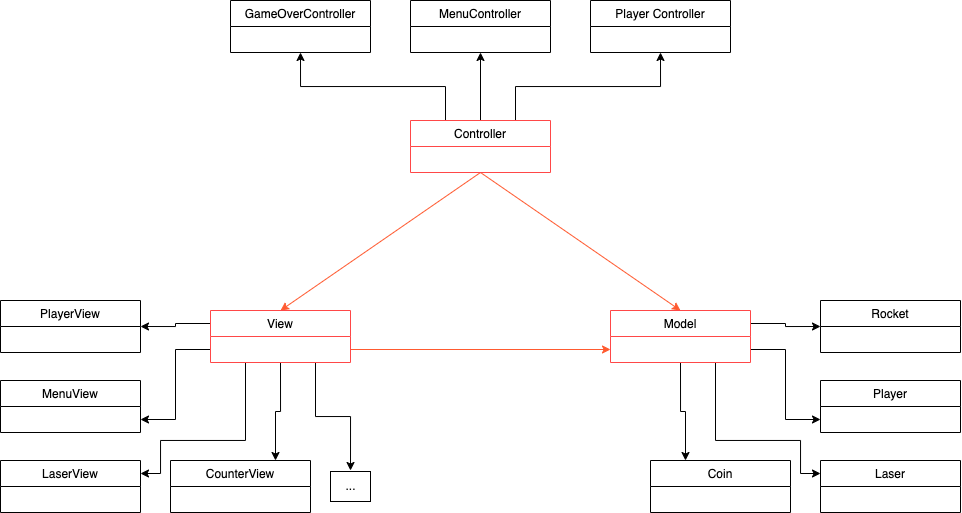
afs202005277/JetpackJoyride keeps this draw.io diagram as docs/Images/UMLs/MVC_UML.png. Above is the earlier version. Source tidied: cells renumbered, new cells last; positions are measured from the earlier drawing's top-left corner, leaving out a move shared by most shapes. Source of this version:
```xml
<mxGraphModel>
  <root>
    <mxCell id="0" />
    <mxCell id="1" parent="0" />
    <mxCell id="2" style="edgeStyle=orthogonalEdgeStyle;rounded=0;jettySize=auto;html=1;exitX=0.25;exitY=0;exitDx=0;exitDy=0;entryX=0.5;entryY=1;entryDx=0;entryDy=0;" parent="1" edge="1" source="7" target="8">
      <mxGeometry relative="1" as="geometry" />
    </mxCell>
    <mxCell id="3" style="edgeStyle=orthogonalEdgeStyle;rounded=0;jettySize=auto;html=1;exitX=0.5;exitY=0;exitDx=0;exitDy=0;entryX=0.5;entryY=1;entryDx=0;entryDy=0;" parent="1" edge="1" source="7" target="9">
      <mxGeometry relative="1" as="geometry" />
    </mxCell>
    <mxCell id="4" style="edgeStyle=orthogonalEdgeStyle;rounded=0;jettySize=auto;html=1;exitX=0.75;exitY=0;exitDx=0;exitDy=0;entryX=0.5;entryY=1;entryDx=0;entryDy=0;" parent="1" edge="1" source="7" target="10">
      <mxGeometry relative="1" as="geometry" />
    </mxCell>
    <mxCell id="5" style="rounded=0;jettySize=auto;html=1;exitX=0.5;exitY=1;exitDx=0;exitDy=0;entryX=0.5;entryY=0;entryDx=0;entryDy=0;strokeColor=#FF5A30;" parent="1" edge="1" source="7" target="17">
      <mxGeometry relative="1" as="geometry" />
    </mxCell>
    <mxCell id="6" style="edgeStyle=none;rounded=0;jettySize=auto;html=1;exitX=0.5;exitY=1;exitDx=0;exitDy=0;entryX=0.5;entryY=0;entryDx=0;entryDy=0;strokeColor=#FF5A30;" parent="1" edge="1" source="7" target="22">
      <mxGeometry relative="1" as="geometry" />
    </mxCell>
    <mxCell id="7" value="Controller" style="swimlane;fontStyle=0;horizontal=1;startSize=26;fillColor=none;strokeColor=#FF4747;" parent="1" vertex="1">
      <mxGeometry x="410" y="120" width="140" height="52" as="geometry" />
    </mxCell>
    <mxCell id="8" value="GameOverController" style="swimlane;fontStyle=0;horizontal=1;startSize=26;fillColor=none;" parent="1" vertex="1">
      <mxGeometry x="230" width="140" height="52" as="geometry" />
    </mxCell>
    <mxCell id="9" value="MenuController" style="swimlane;fontStyle=0;horizontal=1;startSize=26;fillColor=none;" parent="1" vertex="1">
      <mxGeometry x="410" width="140" height="52" as="geometry" />
    </mxCell>
    <mxCell id="10" value="Player Controller" style="swimlane;fontStyle=0;horizontal=1;startSize=26;fillColor=none;" parent="1" vertex="1">
      <mxGeometry x="590" width="140" height="52" as="geometry" />
    </mxCell>
    <mxCell id="11" style="edgeStyle=orthogonalEdgeStyle;rounded=0;jettySize=auto;html=1;exitX=0.5;exitY=1;exitDx=0;exitDy=0;entryX=0.75;entryY=0;entryDx=0;entryDy=0;" parent="1" edge="1" source="17" target="26">
      <mxGeometry relative="1" as="geometry" />
    </mxCell>
    <mxCell id="12" style="edgeStyle=orthogonalEdgeStyle;rounded=0;jettySize=auto;html=1;exitX=0.25;exitY=1;exitDx=0;exitDy=0;entryX=1;entryY=0.25;entryDx=0;entryDy=0;" parent="1" edge="1" source="17" target="25">
      <mxGeometry relative="1" as="geometry">
        <Array as="points">
          <mxPoint x="245" y="440" />
          <mxPoint x="160" y="440" />
          <mxPoint x="160" y="473" />
        </Array>
      </mxGeometry>
    </mxCell>
    <mxCell id="13" style="edgeStyle=orthogonalEdgeStyle;rounded=0;jettySize=auto;html=1;exitX=0;exitY=0.75;exitDx=0;exitDy=0;entryX=1;entryY=0.75;entryDx=0;entryDy=0;" parent="1" edge="1" source="17" target="24">
      <mxGeometry relative="1" as="geometry" />
    </mxCell>
    <mxCell id="14" style="edgeStyle=orthogonalEdgeStyle;rounded=0;jettySize=auto;html=1;exitX=0;exitY=0.25;exitDx=0;exitDy=0;entryX=1;entryY=0.5;entryDx=0;entryDy=0;" parent="1" edge="1" source="17" target="23">
      <mxGeometry relative="1" as="geometry" />
    </mxCell>
    <mxCell id="15" style="edgeStyle=orthogonalEdgeStyle;rounded=0;jettySize=auto;html=1;exitX=0.75;exitY=1;exitDx=0;exitDy=0;" parent="1" edge="1" source="17">
      <mxGeometry relative="1" as="geometry">
        <mxPoint x="350" y="470" as="targetPoint" />
      </mxGeometry>
    </mxCell>
    <mxCell id="16" style="edgeStyle=none;rounded=0;jettySize=auto;html=1;exitX=1;exitY=0.75;exitDx=0;exitDy=0;entryX=0;entryY=0.75;entryDx=0;entryDy=0;strokeColor=#FF5A30;" parent="1" edge="1" source="17" target="22">
      <mxGeometry relative="1" as="geometry" />
    </mxCell>
    <mxCell id="17" value="View" style="swimlane;fontStyle=0;horizontal=1;startSize=26;fillColor=none;strokeColor=#FF4747;" parent="1" vertex="1">
      <mxGeometry x="210" y="310" width="140" height="52" as="geometry" />
    </mxCell>
    <mxCell id="18" style="edgeStyle=orthogonalEdgeStyle;rounded=0;jettySize=auto;html=1;exitX=0.5;exitY=1;exitDx=0;exitDy=0;entryX=0.25;entryY=0;entryDx=0;entryDy=0;" parent="1" edge="1" source="22" target="28">
      <mxGeometry relative="1" as="geometry" />
    </mxCell>
    <mxCell id="19" style="edgeStyle=orthogonalEdgeStyle;rounded=0;jettySize=auto;html=1;exitX=0.75;exitY=1;exitDx=0;exitDy=0;entryX=0;entryY=0.25;entryDx=0;entryDy=0;" parent="1" edge="1" source="22" target="29">
      <mxGeometry relative="1" as="geometry">
        <Array as="points">
          <mxPoint x="715" y="440" />
          <mxPoint x="800" y="440" />
          <mxPoint x="800" y="473" />
        </Array>
      </mxGeometry>
    </mxCell>
    <mxCell id="20" style="edgeStyle=orthogonalEdgeStyle;rounded=0;jettySize=auto;html=1;exitX=1;exitY=0.75;exitDx=0;exitDy=0;entryX=0;entryY=0.75;entryDx=0;entryDy=0;" parent="1" edge="1" source="22" target="30">
      <mxGeometry relative="1" as="geometry" />
    </mxCell>
    <mxCell id="21" style="edgeStyle=orthogonalEdgeStyle;rounded=0;jettySize=auto;html=1;exitX=1;exitY=0.25;exitDx=0;exitDy=0;entryX=0;entryY=0.5;entryDx=0;entryDy=0;" parent="1" edge="1" source="22" target="31">
      <mxGeometry relative="1" as="geometry" />
    </mxCell>
    <mxCell id="22" value="Model" style="swimlane;fontStyle=0;horizontal=1;startSize=26;fillColor=none;strokeColor=#FF4747;" parent="1" vertex="1">
      <mxGeometry x="610" y="310" width="140" height="52" as="geometry" />
    </mxCell>
    <mxCell id="23" value="PlayerView" style="swimlane;fontStyle=0;horizontal=1;startSize=26;fillColor=none;" parent="1" vertex="1">
      <mxGeometry y="300" width="140" height="52" as="geometry" />
    </mxCell>
    <mxCell id="24" value="MenuView" style="swimlane;fontStyle=0;horizontal=1;startSize=26;fillColor=none;" parent="1" vertex="1">
      <mxGeometry y="380" width="140" height="52" as="geometry" />
    </mxCell>
    <mxCell id="25" value="LaserView" style="swimlane;fontStyle=0;horizontal=1;startSize=26;fillColor=none;" parent="1" vertex="1">
      <mxGeometry y="460" width="140" height="52" as="geometry" />
    </mxCell>
    <mxCell id="26" value="CounterView" style="swimlane;fontStyle=0;horizontal=1;startSize=26;fillColor=none;" parent="1" vertex="1">
      <mxGeometry x="170" y="460" width="140" height="52" as="geometry" />
    </mxCell>
    <mxCell id="27" value="..." style="html=1;fillColor=none;" parent="1" vertex="1">
      <mxGeometry x="330" y="471" width="40" height="30" as="geometry" />
    </mxCell>
    <mxCell id="28" value="Coin" style="swimlane;fontStyle=0;horizontal=1;startSize=26;fillColor=none;" parent="1" vertex="1">
      <mxGeometry x="650" y="460" width="140" height="52" as="geometry" />
    </mxCell>
    <mxCell id="29" value="Laser" style="swimlane;fontStyle=0;horizontal=1;startSize=26;fillColor=none;" parent="1" vertex="1">
      <mxGeometry x="820" y="460" width="140" height="52" as="geometry" />
    </mxCell>
    <mxCell id="30" value="Player" style="swimlane;fontStyle=0;horizontal=1;startSize=26;fillColor=none;" parent="1" vertex="1">
      <mxGeometry x="820" y="380" width="140" height="52" as="geometry" />
    </mxCell>
    <mxCell id="31" value="Rocket" style="swimlane;fontStyle=0;horizontal=1;startSize=26;fillColor=none;" parent="1" vertex="1">
      <mxGeometry x="820" y="300" width="140" height="52" as="geometry" />
    </mxCell>
  </root>
</mxGraphModel>
```
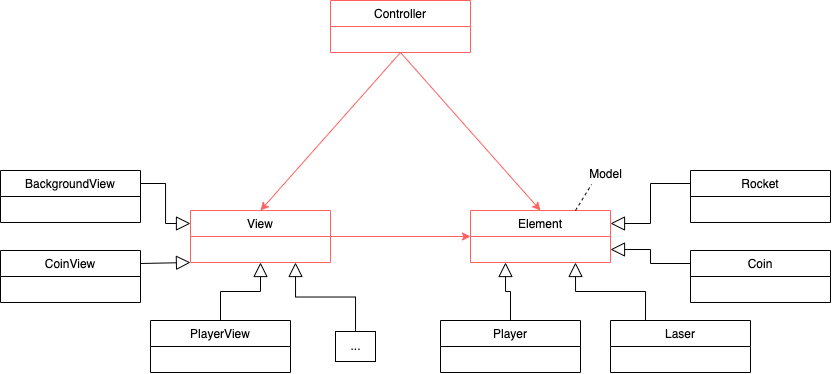
The same file after the commit.

Diff of the diagram source:
```diff
@@ -2,109 +2,77 @@
   <root>
     <mxCell id="0" />
     <mxCell id="1" parent="0" />
-    <mxCell id="2" style="edgeStyle=orthogonalEdgeStyle;rounded=0;jettySize=auto;html=1;exitX=0.25;exitY=0;exitDx=0;exitDy=0;entryX=0.5;entryY=1;entryDx=0;entryDy=0;" parent="1" edge="1" source="7" target="8">
-      <mxGeometry relative="1" as="geometry" />
-    </mxCell>
-    <mxCell id="3" style="edgeStyle=orthogonalEdgeStyle;rounded=0;jettySize=auto;html=1;exitX=0.5;exitY=0;exitDx=0;exitDy=0;entryX=0.5;entryY=1;entryDx=0;entryDy=0;" parent="1" edge="1" source="7" target="9">
-      <mxGeometry relative="1" as="geometry" />
-    </mxCell>
-    <mxCell id="4" style="edgeStyle=orthogonalEdgeStyle;rounded=0;jettySize=auto;html=1;exitX=0.75;exitY=0;exitDx=0;exitDy=0;entryX=0.5;entryY=1;entryDx=0;entryDy=0;" parent="1" edge="1" source="7" target="10">
-      <mxGeometry relative="1" as="geometry" />
-    </mxCell>
-    <mxCell id="5" style="rounded=0;jettySize=auto;html=1;exitX=0.5;exitY=1;exitDx=0;exitDy=0;entryX=0.5;entryY=0;entryDx=0;entryDy=0;strokeColor=#FF5A30;" parent="1" edge="1" source="7" target="17">
+    <mxCell id="5" style="rounded=0;jettySize=auto;html=1;exitX=0.5;exitY=1;exitDx=0;exitDy=0;entryX=0.5;entryY=0;entryDx=0;entryDy=0;strokeColor=#FF6161;" parent="1" edge="1" source="7" target="17">
       <mxGeometry relative="1" as="geometry" />
     </mxCell>
-    <mxCell id="6" style="edgeStyle=none;rounded=0;jettySize=auto;html=1;exitX=0.5;exitY=1;exitDx=0;exitDy=0;entryX=0.5;entryY=0;entryDx=0;entryDy=0;strokeColor=#FF5A30;" parent="1" edge="1" source="7" target="22">
-      <mxGeometry relative="1" as="geometry" />
-    </mxCell>
+    <mxCell id="32" style="edgeStyle=none;rounded=0;jettySize=auto;html=1;exitX=0.5;exitY=1;exitDx=0;exitDy=0;entryX=0.5;entryY=0;entryDx=0;entryDy=0;strokeColor=#FF6161;" parent="1" edge="1" source="7" target="34">
+      <mxGeometry relative="1" as="geometry" />
+    </mxCell>
-    <mxCell id="7" value="Controller" style="swimlane;fontStyle=0;horizontal=1;startSize=26;fillColor=none;strokeColor=#FF4747;" parent="1" vertex="1">
-      <mxGeometry x="410" y="120" width="140" height="52" as="geometry" />
+    <mxCell id="7" value="Controller" style="swimlane;fontStyle=0;horizontal=1;startSize=26;fillColor=none;strokeColor=#FF6161;" parent="1" vertex="1">
+      <mxGeometry x="460" y="150" width="140" height="52" as="geometry" />
     </mxCell>
-    <mxCell id="8" value="GameOverController" style="swimlane;fontStyle=0;horizontal=1;startSize=26;fillColor=none;" parent="1" vertex="1">
-      <mxGeometry x="230" width="140" height="52" as="geometry" />
-    </mxCell>
-    <mxCell id="9" value="MenuController" style="swimlane;fontStyle=0;horizontal=1;startSize=26;fillColor=none;" parent="1" vertex="1">
-      <mxGeometry x="410" width="140" height="52" as="geometry" />
-    </mxCell>
-    <mxCell id="10" value="Player Controller" style="swimlane;fontStyle=0;horizontal=1;startSize=26;fillColor=none;" parent="1" vertex="1">
-      <mxGeometry x="590" width="140" height="52" as="geometry" />
-    </mxCell>
-    <mxCell id="11" style="edgeStyle=orthogonalEdgeStyle;rounded=0;jettySize=auto;html=1;exitX=0.5;exitY=1;exitDx=0;exitDy=0;entryX=0.75;entryY=0;entryDx=0;entryDy=0;" parent="1" edge="1" source="17" target="26">
-      <mxGeometry relative="1" as="geometry" />
-    </mxCell>
-    <mxCell id="12" style="edgeStyle=orthogonalEdgeStyle;rounded=0;jettySize=auto;html=1;exitX=0.25;exitY=1;exitDx=0;exitDy=0;entryX=1;entryY=0.25;entryDx=0;entryDy=0;" parent="1" edge="1" source="17" target="25">
-      <mxGeometry relative="1" as="geometry">
-        <Array as="points">
-          <mxPoint x="245" y="440" />
-          <mxPoint x="160" y="440" />
-          <mxPoint x="160" y="473" />
-        </Array>
-      </mxGeometry>
-    </mxCell>
-    <mxCell id="13" style="edgeStyle=orthogonalEdgeStyle;rounded=0;jettySize=auto;html=1;exitX=0;exitY=0.75;exitDx=0;exitDy=0;entryX=1;entryY=0.75;entryDx=0;entryDy=0;" parent="1" edge="1" source="17" target="24">
-      <mxGeometry relative="1" as="geometry" />
-    </mxCell>
-    <mxCell id="14" style="edgeStyle=orthogonalEdgeStyle;rounded=0;jettySize=auto;html=1;exitX=0;exitY=0.25;exitDx=0;exitDy=0;entryX=1;entryY=0.5;entryDx=0;entryDy=0;" parent="1" edge="1" source="17" target="23">
-      <mxGeometry relative="1" as="geometry" />
-    </mxCell>
-    <mxCell id="15" style="edgeStyle=orthogonalEdgeStyle;rounded=0;jettySize=auto;html=1;exitX=0.75;exitY=1;exitDx=0;exitDy=0;" parent="1" edge="1" source="17">
-      <mxGeometry relative="1" as="geometry">
-        <mxPoint x="350" y="470" as="targetPoint" />
-      </mxGeometry>
-    </mxCell>
-    <mxCell id="16" style="edgeStyle=none;rounded=0;jettySize=auto;html=1;exitX=1;exitY=0.75;exitDx=0;exitDy=0;entryX=0;entryY=0.75;entryDx=0;entryDy=0;strokeColor=#FF5A30;" parent="1" edge="1" source="17" target="22">
-      <mxGeometry relative="1" as="geometry" />
-    </mxCell>
+    <mxCell id="33" style="edgeStyle=none;rounded=0;jettySize=auto;html=1;exitX=1;exitY=0.5;exitDx=0;exitDy=0;entryX=0;entryY=0.5;entryDx=0;entryDy=0;strokeColor=#FF6161;" parent="1" edge="1" source="17" target="34">
+      <mxGeometry relative="1" as="geometry" />
+    </mxCell>
-    <mxCell id="17" value="View" style="swimlane;fontStyle=0;horizontal=1;startSize=26;fillColor=none;strokeColor=#FF4747;" parent="1" vertex="1">
-      <mxGeometry x="210" y="310" width="140" height="52" as="geometry" />
+    <mxCell id="17" value="View" style="swimlane;fontStyle=0;horizontal=1;startSize=26;fillColor=none;strokeColor=#FF6161;" parent="1" vertex="1">
+      <mxGeometry x="320" y="360" width="140" height="52" as="geometry" />
     </mxCell>
-    <mxCell id="18" style="edgeStyle=orthogonalEdgeStyle;rounded=0;jettySize=auto;html=1;exitX=0.5;exitY=1;exitDx=0;exitDy=0;entryX=0.25;entryY=0;entryDx=0;entryDy=0;" parent="1" edge="1" source="22" target="28">
-      <mxGeometry relative="1" as="geometry" />
-    </mxCell>
-    <mxCell id="19" style="edgeStyle=orthogonalEdgeStyle;rounded=0;jettySize=auto;html=1;exitX=0.75;exitY=1;exitDx=0;exitDy=0;entryX=0;entryY=0.25;entryDx=0;entryDy=0;" parent="1" edge="1" source="22" target="29">
-      <mxGeometry relative="1" as="geometry">
-        <Array as="points">
-          <mxPoint x="715" y="440" />
-          <mxPoint x="800" y="440" />
-          <mxPoint x="800" y="473" />
-        </Array>
-      </mxGeometry>
-    </mxCell>
-    <mxCell id="20" style="edgeStyle=orthogonalEdgeStyle;rounded=0;jettySize=auto;html=1;exitX=1;exitY=0.75;exitDx=0;exitDy=0;entryX=0;entryY=0.75;entryDx=0;entryDy=0;" parent="1" edge="1" source="22" target="30">
-      <mxGeometry relative="1" as="geometry" />
-    </mxCell>
-    <mxCell id="21" style="edgeStyle=orthogonalEdgeStyle;rounded=0;jettySize=auto;html=1;exitX=1;exitY=0.25;exitDx=0;exitDy=0;entryX=0;entryY=0.5;entryDx=0;entryDy=0;" parent="1" edge="1" source="22" target="31">
-      <mxGeometry relative="1" as="geometry" />
-    </mxCell>
+    <mxCell id="34" value="Element" style="swimlane;fontStyle=0;horizontal=1;startSize=26;fillColor=none;strokeColor=#FF6161;" parent="1" vertex="1">
+      <mxGeometry x="600" y="360" width="140" height="52" as="geometry" />
+    </mxCell>
-    <mxCell id="22" value="Model" style="swimlane;fontStyle=0;horizontal=1;startSize=26;fillColor=none;strokeColor=#FF4747;" parent="1" vertex="1">
-      <mxGeometry x="610" y="310" width="140" height="52" as="geometry" />
+    <mxCell id="22" value="Model" style="text;html=1;align=center;verticalAlign=middle;points=[];strokeColor=none;fillColor=none;" parent="1" vertex="1">
+      <mxGeometry x="710" y="314" width="50" height="20" as="geometry" />
     </mxCell>
+    <mxCell id="35" style="endArrow=none;dashed=1;html=1;rounded=0;entryX=0.22;entryY=1;entryDx=0;entryDy=0;entryPerimeter=0;exitX=0.75;exitY=0;exitDx=0;exitDy=0;" parent="1" edge="1" source="34" target="22">
+      <mxGeometry relative="1" as="geometry" />
+    </mxCell>
+    <mxCell id="36" value="BackgroundView" style="swimlane;fontStyle=0;horizontal=1;startSize=26;fillColor=none;" parent="1" vertex="1">
+      <mxGeometry x="130" y="320" width="140" height="52" as="geometry" />
+    </mxCell>
+    <mxCell id="37" value="CoinView" style="swimlane;fontStyle=0;horizontal=1;startSize=26;fillColor=none;" parent="1" vertex="1">
+      <mxGeometry x="130" y="400" width="140" height="52" as="geometry" />
+    </mxCell>
     <mxCell id="23" value="PlayerView" style="swimlane;fontStyle=0;horizontal=1;startSize=26;fillColor=none;" parent="1" vertex="1">
-      <mxGeometry y="300" width="140" height="52" as="geometry" />
+      <mxGeometry x="280" y="470" width="140" height="52" as="geometry" />
     </mxCell>
-    <mxCell id="24" value="MenuView" style="swimlane;fontStyle=0;horizontal=1;startSize=26;fillColor=none;" parent="1" vertex="1">
-      <mxGeometry y="380" width="140" height="52" as="geometry" />
-    </mxCell>
-    <mxCell id="25" value="LaserView" style="swimlane;fontStyle=0;horizontal=1;startSize=26;fillColor=none;" parent="1" vertex="1">
-      <mxGeometry y="460" width="140" height="52" as="geometry" />
-    </mxCell>
-    <mxCell id="26" value="CounterView" style="swimlane;fontStyle=0;horizontal=1;startSize=26;fillColor=none;" parent="1" vertex="1">
-      <mxGeometry x="170" y="460" width="140" height="52" as="geometry" />
-    </mxCell>
-    <mxCell id="27" value="..." style="html=1;fillColor=none;" parent="1" vertex="1">
-      <mxGeometry x="330" y="471" width="40" height="30" as="geometry" />
+    <mxCell id="27" value="..." style="html=1;" parent="1" vertex="1">
+      <mxGeometry x="465" y="481" width="40" height="30" as="geometry" />
     </mxCell>
+    <mxCell id="38" style="endArrow=block;endFill=0;endSize=12;html=1;rounded=0;entryX=0.75;entryY=1;entryDx=0;entryDy=0;exitX=0.5;exitY=0;exitDx=0;exitDy=0;edgeStyle=orthogonalEdgeStyle;" parent="1" edge="1" source="27" target="17">
+      <mxGeometry relative="1" as="geometry" />
+    </mxCell>
+    <mxCell id="39" style="endArrow=block;endFill=0;endSize=12;html=1;rounded=0;entryX=0;entryY=1;entryDx=0;entryDy=0;exitX=1;exitY=0.25;exitDx=0;exitDy=0;" parent="1" edge="1" source="37" target="17">
+      <mxGeometry relative="1" as="geometry" />
+    </mxCell>
+    <mxCell id="40" style="endArrow=block;endFill=0;endSize=12;html=1;rounded=0;entryX=0.5;entryY=1;entryDx=0;entryDy=0;exitX=0.5;exitY=0;exitDx=0;exitDy=0;edgeStyle=orthogonalEdgeStyle;" parent="1" edge="1" source="23" target="17">
+      <mxGeometry relative="1" as="geometry" />
+    </mxCell>
+    <mxCell id="41" style="endArrow=block;endFill=0;endSize=12;html=1;rounded=0;entryX=0;entryY=0.25;entryDx=0;entryDy=0;exitX=1;exitY=0.25;exitDx=0;exitDy=0;edgeStyle=orthogonalEdgeStyle;" parent="1" edge="1" source="36" target="17">
+      <mxGeometry relative="1" as="geometry" />
+    </mxCell>
+    <mxCell id="31" value="Rocket" style="swimlane;fontStyle=0;horizontal=1;startSize=26;fillColor=none;" parent="1" vertex="1">
+      <mxGeometry x="820" y="320" width="140" height="52" as="geometry" />
+    </mxCell>
     <mxCell id="28" value="Coin" style="swimlane;fontStyle=0;horizontal=1;startSize=26;fillColor=none;" parent="1" vertex="1">
-      <mxGeometry x="650" y="460" width="140" height="52" as="geometry" />
+      <mxGeometry x="820" y="400" width="140" height="52" as="geometry" />
     </mxCell>
     <mxCell id="29" value="Laser" style="swimlane;fontStyle=0;horizontal=1;startSize=26;fillColor=none;" parent="1" vertex="1">
-      <mxGeometry x="820" y="460" width="140" height="52" as="geometry" />
+      <mxGeometry x="740" y="470" width="140" height="52" as="geometry" />
     </mxCell>
     <mxCell id="30" value="Player" style="swimlane;fontStyle=0;horizontal=1;startSize=26;fillColor=none;" parent="1" vertex="1">
-      <mxGeometry x="820" y="380" width="140" height="52" as="geometry" />
+      <mxGeometry x="570" y="470" width="140" height="52" as="geometry" />
     </mxCell>
-    <mxCell id="31" value="Rocket" style="swimlane;fontStyle=0;horizontal=1;startSize=26;fillColor=none;" parent="1" vertex="1">
-      <mxGeometry x="820" y="300" width="140" height="52" as="geometry" />
-    </mxCell>
+    <mxCell id="42" style="endArrow=block;endFill=0;endSize=12;html=1;rounded=0;entryX=0.25;entryY=1;entryDx=0;entryDy=0;exitX=0.5;exitY=0;exitDx=0;exitDy=0;edgeStyle=orthogonalEdgeStyle;" parent="1" edge="1" source="30" target="34">
+      <mxGeometry relative="1" as="geometry" />
+    </mxCell>
+    <mxCell id="43" style="endArrow=block;endFill=0;endSize=12;html=1;rounded=0;entryX=0.75;entryY=1;entryDx=0;entryDy=0;exitX=0.25;exitY=0;exitDx=0;exitDy=0;edgeStyle=orthogonalEdgeStyle;" parent="1" edge="1" source="29" target="34">
+      <mxGeometry relative="1" as="geometry" />
+    </mxCell>
+    <mxCell id="44" style="endArrow=block;endFill=0;endSize=12;html=1;rounded=0;entryX=1;entryY=0.75;entryDx=0;entryDy=0;exitX=0;exitY=0.25;exitDx=0;exitDy=0;edgeStyle=orthogonalEdgeStyle;" parent="1" edge="1" source="28" target="34">
+      <mxGeometry relative="1" as="geometry" />
+    </mxCell>
+    <mxCell id="45" style="endArrow=block;endFill=0;endSize=12;html=1;rounded=0;entryX=1;entryY=0.25;entryDx=0;entryDy=0;exitX=0;exitY=0.25;exitDx=0;exitDy=0;edgeStyle=orthogonalEdgeStyle;" parent="1" edge="1" source="31" target="34">
+      <mxGeometry relative="1" as="geometry" />
+    </mxCell>
   </root>
 </mxGraphModel>
```
